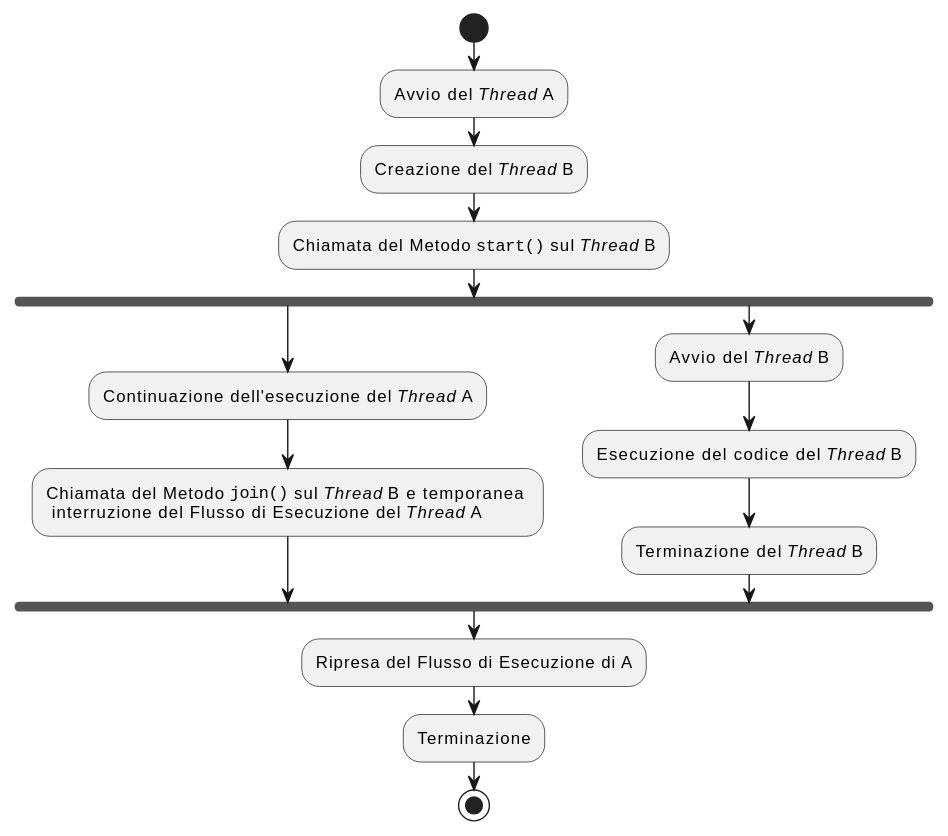
This is Report/images/assets/ThreadJoinFlow.svg from TommasoCosimi/UniMORE_OperatingSystemsDesign_Project, a PlantUML export, as it was before one commit.
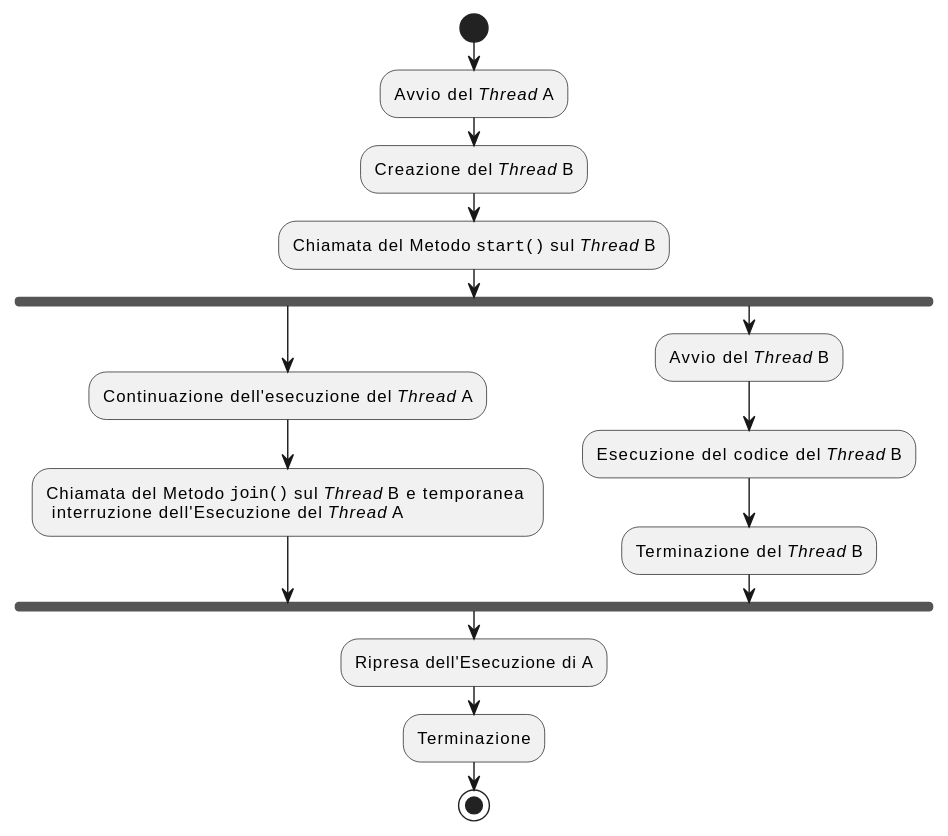
Above is the later version.

What changed in the source:
```diff
@@ -8,14 +8,14 @@
 :Chiamata del Metodo ""start()"" sul //Thread// B;
 fork
   :Continuazione dell'esecuzione del //Thread// A;
-  :Chiamata del Metodo ""join()"" sul //Thread// B e temporanea \n interruzione del Flusso di Esecuzione del //Thread// A;
+  :Chiamata del Metodo ""join()"" sul //Thread// B e temporanea \n interruzione dell'Esecuzione del //Thread// A;
 fork again
   :Avvio del //Thread// B;
   :Esecuzione del codice del //Thread// B;
   :Terminazione del //Thread// B;
 end fork
 
-:Ripresa del Flusso di Esecuzione di A;
+:Ripresa dell'Esecuzione di A;
 
 :Terminazione;
 
```
